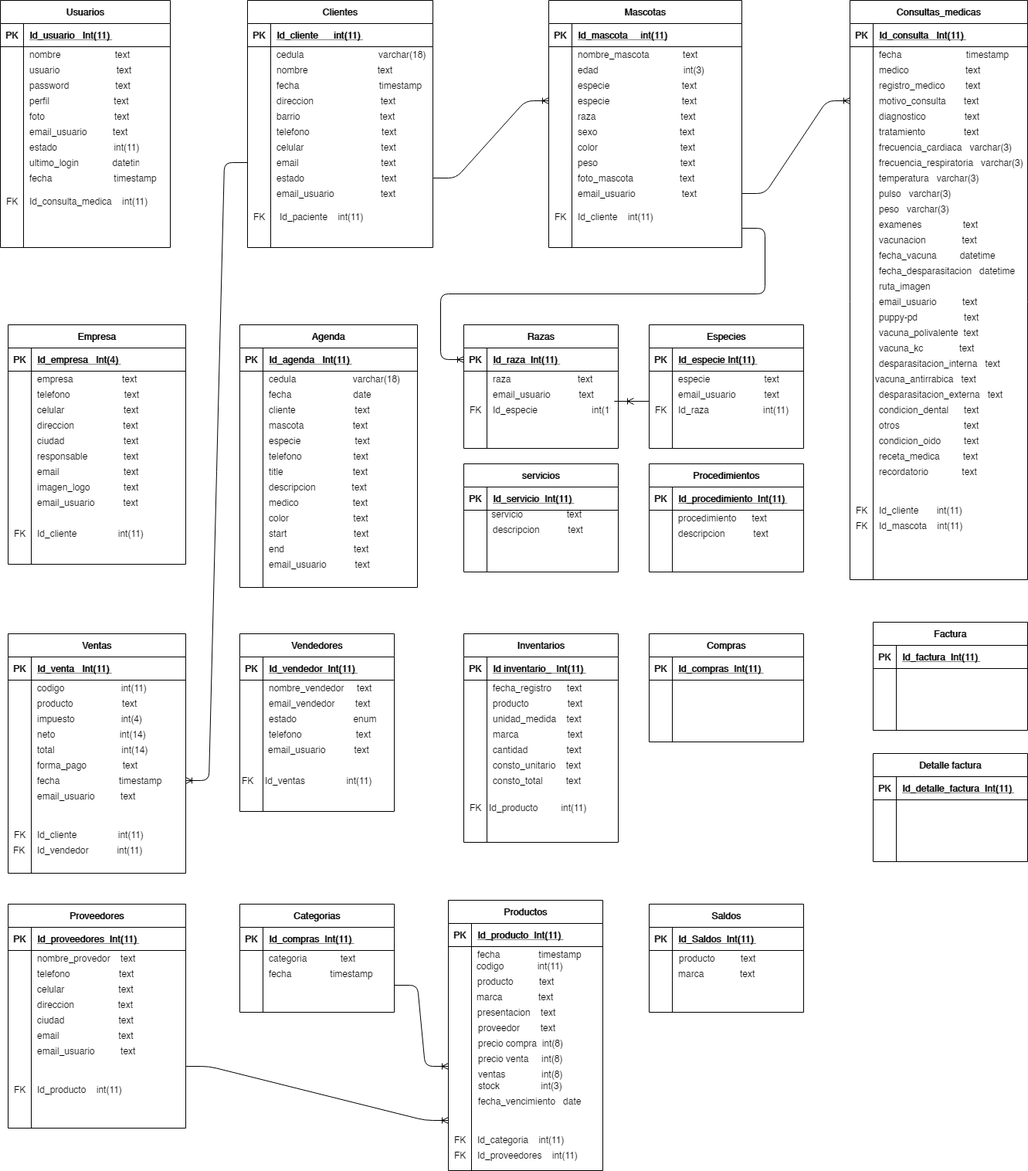
Above: Untitled Diagram.png in heberthm/ejemplos-blog (draw.io), before the change. Source tidied: cells renumbered, new cells last; positions are measured from the earlier drawing's top-left corner, leaving out a move shared by most shapes.
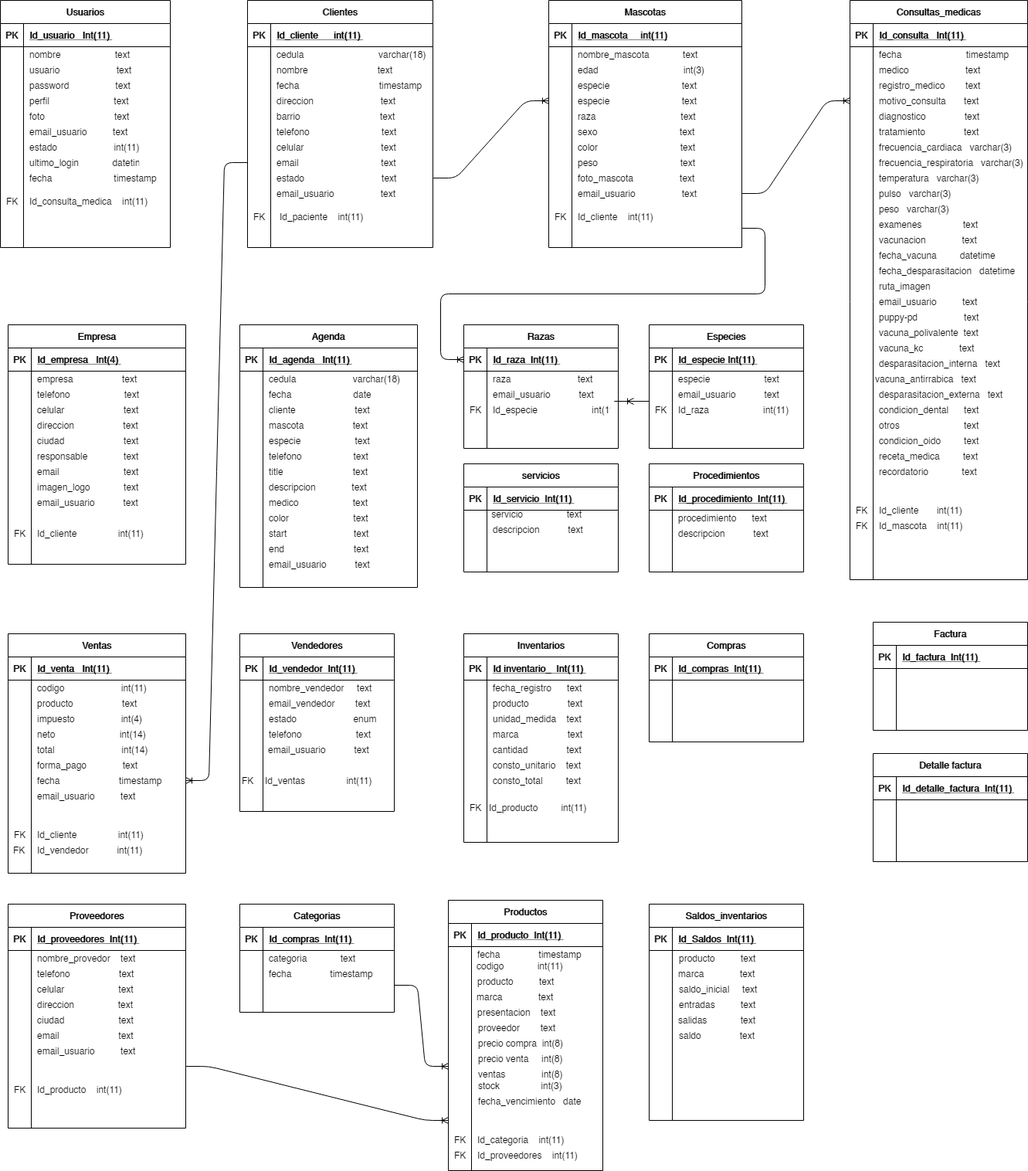
After the change.

Diff of the diagram source:
```diff
@@ -1134,8 +1134,8 @@
     <mxCell id="375" value="FK" style="shape=partialRectangle;fillColor=none;top=0;left=0;bottom=0;right=0;align=left;spacingLeft=6;overflow=hidden;" parent="1" vertex="1">
       <mxGeometry x="600" y="1035" width="40" height="20" as="geometry" />
     </mxCell>
-    <mxCell id="376" value="Saldos" style="shape=table;startSize=30;rowLines=0;fontStyle=1;align=center;" parent="1" vertex="1">
-      <mxGeometry x="840" y="1170" width="200" height="140" as="geometry" />
+    <mxCell id="376" value="Saldos_inventarios" style="shape=table;startSize=30;rowLines=0;fontStyle=1;align=center;" parent="1" vertex="1">
+      <mxGeometry x="840" y="1170" width="200" height="280" as="geometry" />
     </mxCell>
     <mxCell id="377" style="shape=partialRectangle;fillColor=none;top=0;left=0;bottom=1;right=0;" parent="376" vertex="1">
       <mxGeometry y="30" width="200" height="30" as="geometry" />
@@ -1152,5 +1152,17 @@
     <mxCell id="381" value="marca              text" style="shape=partialRectangle;fillColor=none;top=0;left=0;bottom=0;right=0;align=left;spacingLeft=6;overflow=hidden;" parent="1" vertex="1">
       <mxGeometry x="870" y="1250" width="170" height="20" as="geometry" />
     </mxCell>
+    <mxCell id="382" value="saldo_inicial     text" style="shape=partialRectangle;fillColor=none;top=0;left=0;bottom=0;right=0;align=left;spacingLeft=6;overflow=hidden;" parent="1" vertex="1">
+      <mxGeometry x="871" y="1270" width="170" height="20" as="geometry" />
+    </mxCell>
+    <mxCell id="383" value="entradas          text" style="shape=partialRectangle;fillColor=none;top=0;left=0;bottom=0;right=0;align=left;spacingLeft=6;overflow=hidden;" parent="1" vertex="1">
+      <mxGeometry x="871" y="1290" width="170" height="20" as="geometry" />
+    </mxCell>
+    <mxCell id="384" value="salidas             text" style="shape=partialRectangle;fillColor=none;top=0;left=0;bottom=0;right=0;align=left;spacingLeft=6;overflow=hidden;" parent="1" vertex="1">
+      <mxGeometry x="870" y="1310" width="170" height="20" as="geometry" />
+    </mxCell>
+    <mxCell id="385" value="saldo               text" style="shape=partialRectangle;fillColor=none;top=0;left=0;bottom=0;right=0;align=left;spacingLeft=6;overflow=hidden;" parent="1" vertex="1">
+      <mxGeometry x="871" y="1330" width="170" height="20" as="geometry" />
+    </mxCell>
   </root>
 </mxGraphModel>
```
